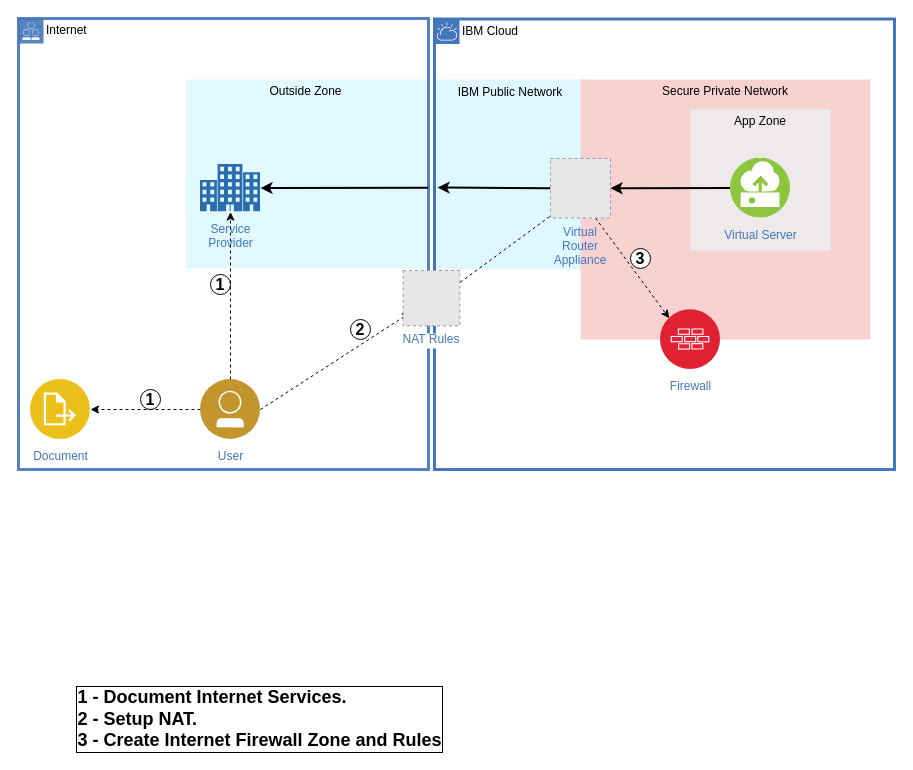
Earlier version of the draw.io diagram drawio/templates/ibm_virtual_router_appliance_NAT.drawio (ibm-cloud-architecture/ibm-cloud-stencils). Source tidied: cells renumbered, new cells numbered last; positions are measured from the earlier drawing's top-left corner, leaving out a move shared by most shapes. Both pictures are drawn from the tidied source at 100%, with x=0, y=0 at pixel (18, 18). Pictures stored in the file or linked from it are replaced by grey dashed boxes.
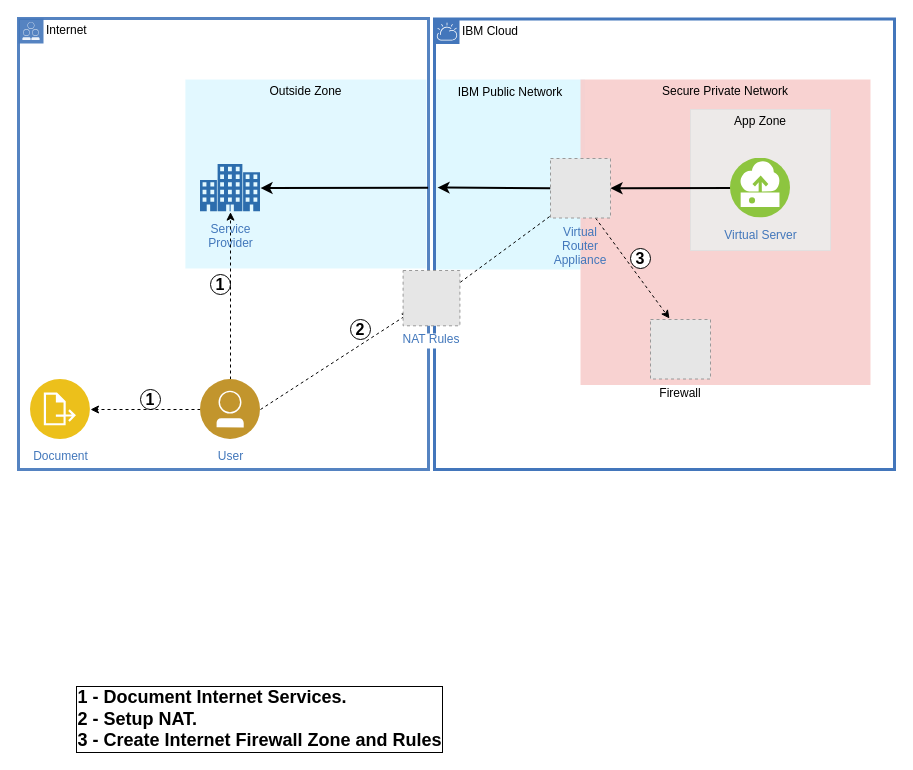
The same page after the edit.

The change refers to these unchanged cells:
```xml
<mxCell id="26" value="Virtual &#10;Router &#10;Appliance" style="fillColor=#E6E6E6;strokeColor=#999999;dashed=1;verticalLabelPosition=bottom;labelBackgroundColor=none;verticalAlign=top;fontStyle=0;fontColor=#4277BB;" parent="1" vertex="1">
  <mxGeometry x="532" y="140" width="60" height="59.5" as="geometry" />
</mxCell>
```

What changed in the source:
```diff
@@
     <mxCell id="9" value="&lt;span&gt;Secure Private Network&lt;/span&gt;" style="fontStyle=0;verticalAlign=top;align=center;spacingTop=-2;fillColor=#f8cecc;rounded=0;whiteSpace=wrap;html=1;strokeColor=none;strokeWidth=1;dashed=0;opacity=90;" parent="1" vertex="1">
-      <mxGeometry x="562" y="61" width="290" height="260" as="geometry" />
+      <mxGeometry x="562" y="61" width="290" height="305.5" as="geometry" />
     </mxCell>
@@
+    <mxCell id="16" value="Firewall" style="fillColor=#E6E6E6;strokeColor=#999999;dashed=1;verticalLabelPosition=bottom;labelBackgroundColor=#ffffff;verticalAlign=top;" parent="9" vertex="1">
+      <mxGeometry x="70" y="240" width="60" height="59.5" as="geometry" />
+    </mxCell>
@@
-    <mxCell id="12" style="edgeStyle=none;rounded=0;jettySize=auto;html=1;exitX=0.75;exitY=1;exitDx=0;exitDy=0;entryX=0;entryY=0;entryDx=0;entryDy=0;dashed=1;strokeColor=#000000;" parent="1" edge="1" source="26" target="16">
-      <mxGeometry relative="1" as="geometry" />
+    <mxCell id="12" style="edgeStyle=none;rounded=0;jettySize=auto;html=1;exitX=0.75;exitY=1;exitDx=0;exitDy=0;dashed=1;strokeColor=#000000;" parent="1" edge="1" source="26">
+      <mxGeometry relative="1" as="geometry">
+        <mxPoint x="651" y="300" as="targetPoint" />
+      </mxGeometry>
     </mxCell>
@@
-    <mxCell id="16" value="&lt;span&gt;Firewall&lt;/span&gt;" style="perimeter=ellipsePerimeter;html=1;align=center;shadow=0;dashed=0;fontColor=#4277BB;labelBackgroundColor=#ffffff;fontSize=12;spacingTop=3;image;image=img/lib/ibm/security/firewall.svg;fontStyle=0;" parent="1" vertex="1">
-      <mxGeometry x="642" y="291" width="60" height="60" as="geometry" />
-    </mxCell>
```
